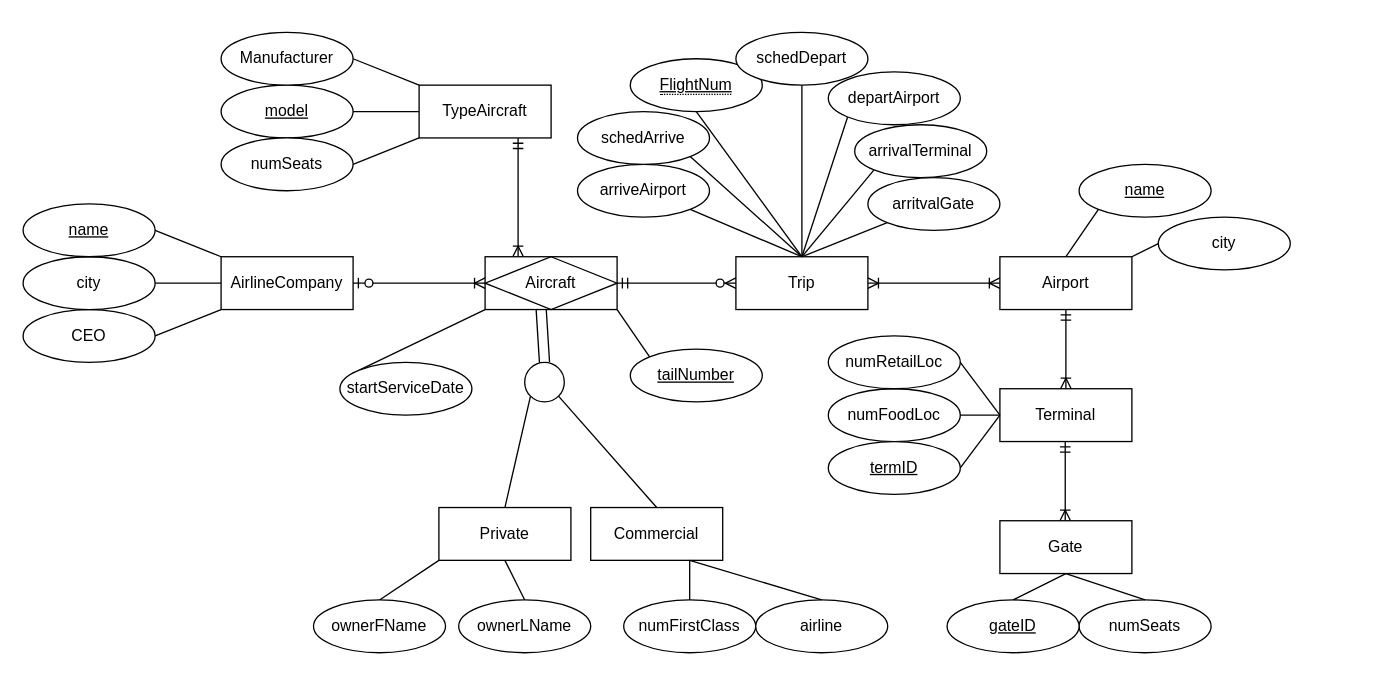
greermp/7212 keeps this draw.io diagram as ERD_IA.drawio. Above is the earlier version. Source tidied: cells renumbered, new cells numbered last; positions are measured from the earlier drawing's top-left corner, leaving out a move shared by most shapes. Both pictures are drawn from the tidied source at 132%, with x=0, y=0 at pixel (22, 32).
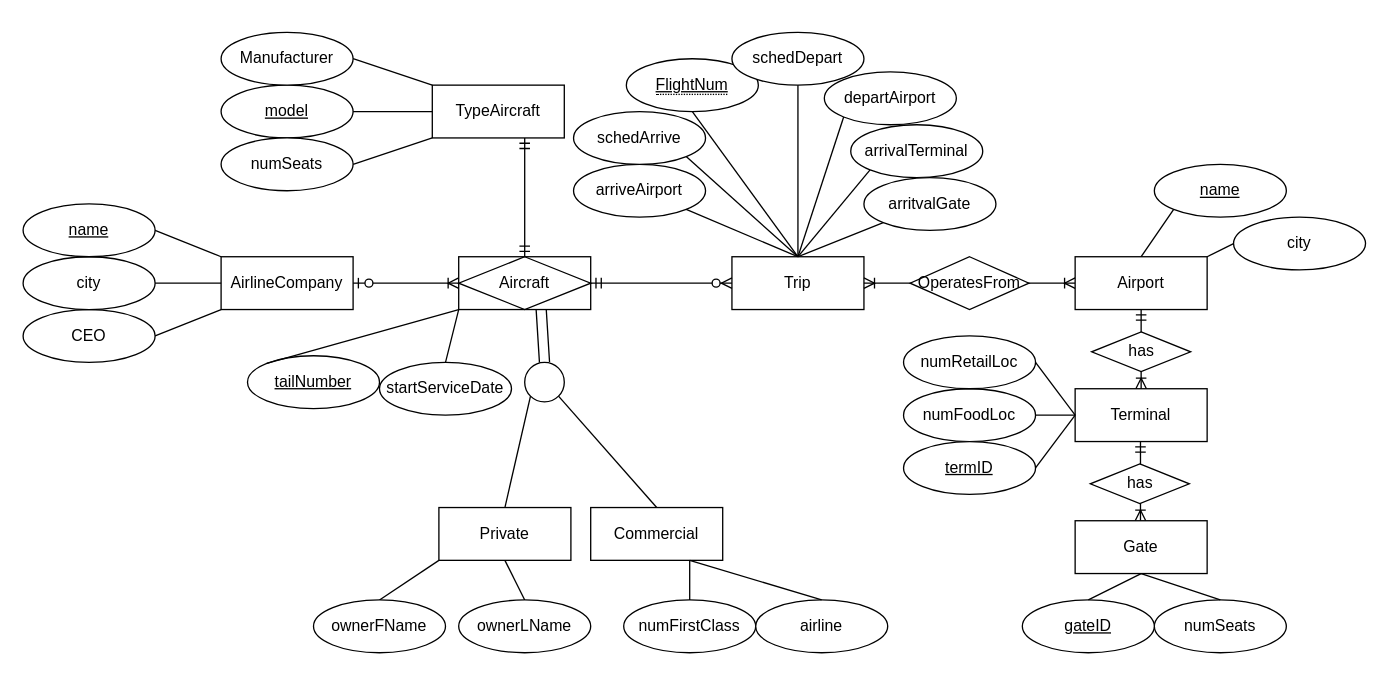
The same page after the edit.

Unchanged cells that the change refers to:
```xml
<mxCell id="25" value="AirlineCompany" style="whiteSpace=wrap;html=1;align=center;" parent="1" vertex="1">
  <mxGeometry x="150" y="170" width="100" height="40" as="geometry" />
</mxCell>
```

Diff of the diagram source:
```diff
@@
     <mxCell id="2" value="&lt;span style=&quot;border-bottom: 1px dotted&quot;&gt;&lt;u&gt;FlightNum&lt;/u&gt;&lt;/span&gt;" style="ellipse;whiteSpace=wrap;html=1;align=center;" parent="1" vertex="1">
-      <mxGeometry x="460" y="20" width="100" height="40" as="geometry" />
+      <mxGeometry x="457" y="20" width="100" height="40" as="geometry" />
     </mxCell>
-    <mxCell id="3" style="endArrow=none;html=1;entryX=0;entryY=1;entryDx=0;entryDy=0;exitX=0;exitY=0;exitDx=0;exitDy=0;" parent="1" edge="1" source="10">
-      <mxGeometry relative="1" as="geometry">
-        <mxPoint x="350" y="210" as="targetPoint" />
-      </mxGeometry>
+    <mxCell id="3" style="endArrow=none;html=1;entryX=0;entryY=1;entryDx=0;entryDy=0;exitX=0.5;exitY=0;exitDx=0;exitDy=0;" parent="1" edge="1" source="10" target="38">
+      <mxGeometry relative="1" as="geometry" />
     </mxCell>
     <mxCell id="4" value="&lt;u&gt;tailNumber&lt;/u&gt;" style="ellipse;whiteSpace=wrap;html=1;align=center;" parent="1" vertex="1">
-      <mxGeometry x="460" y="240" width="100" height="40" as="geometry" />
+      <mxGeometry x="170" y="245" width="100" height="40" as="geometry" />
     </mxCell>
     <mxCell id="5" value="TypeAircraft" style="whiteSpace=wrap;html=1;align=center;" parent="1" vertex="1">
-      <mxGeometry x="300" y="40" width="100" height="40" as="geometry" />
+      <mxGeometry x="310" y="40" width="100" height="40" as="geometry" />
     </mxCell>
@@
     <mxCell id="10" value="&lt;span style=&quot;font-weight: 400&quot;&gt;startServiceDate&lt;/span&gt;" style="ellipse;whiteSpace=wrap;html=1;align=center;fontStyle=1;" parent="1" vertex="1">
-      <mxGeometry x="240" y="250" width="100" height="40" as="geometry" />
+      <mxGeometry x="270" y="250" width="100" height="40" as="geometry" />
     </mxCell>
@@
-    <mxCell id="12" style="fontSize=12;html=1;endArrow=ERoneToMany;startArrow=ERmandOne;exitX=0.75;exitY=1;exitDx=0;exitDy=0;entryX=0.25;entryY=0;entryDx=0;entryDy=0;" parent="1" edge="1" source="5" target="38">
-      <mxGeometry relative="1" as="geometry" />
-    </mxCell>
@@
-    <mxCell id="28" style="fontSize=12;html=1;endArrow=ERoneToMany;startArrow=ERzeroToOne;entryX=0;entryY=0.5;entryDx=0;entryDy=0;exitX=1;exitY=0.5;exitDx=0;exitDy=0;" parent="1" edge="1" source="25">
-      <mxGeometry relative="1" as="geometry">
-        <mxPoint x="350" y="190" as="targetPoint" />
-      </mxGeometry>
+    <mxCell id="28" style="fontSize=12;html=1;endArrow=ERoneToMany;startArrow=ERzeroToOne;entryX=0;entryY=0.5;entryDx=0;entryDy=0;exitX=1;exitY=0.5;exitDx=0;exitDy=0;" parent="1" edge="1" source="25" target="38">
+      <mxGeometry relative="1" as="geometry" />
     </mxCell>
@@
-    <mxCell id="37" style="endArrow=none;html=1;entryX=1;entryY=1;entryDx=0;entryDy=0;exitX=0;exitY=0;exitDx=0;exitDy=0;" parent="1" edge="1" source="4">
-      <mxGeometry relative="1" as="geometry">
-        <mxPoint x="450" y="210" as="targetPoint" />
-      </mxGeometry>
+    <mxCell id="37" style="endArrow=none;html=1;entryX=0;entryY=1;entryDx=0;entryDy=0;exitX=0;exitY=0;exitDx=0;exitDy=0;" parent="1" edge="1" source="4" target="38">
+      <mxGeometry relative="1" as="geometry" />
     </mxCell>
     <mxCell id="38" value="Aircraft" style="shape=associativeEntity;whiteSpace=wrap;html=1;align=center;" parent="1" vertex="1">
-      <mxGeometry x="350" y="170" width="100" height="40" as="geometry" />
+      <mxGeometry x="330" y="170" width="100" height="40" as="geometry" />
     </mxCell>
     <mxCell id="39" value="Trip" style="whiteSpace=wrap;html=1;align=center;" parent="1" vertex="1">
-      <mxGeometry x="540" y="170" width="100" height="40" as="geometry" />
+      <mxGeometry x="537" y="170" width="100" height="40" as="geometry" />
     </mxCell>
@@
     <mxCell id="41" value="&lt;span&gt;departAirport&lt;/span&gt;" style="ellipse;whiteSpace=wrap;html=1;align=center;" parent="1" vertex="1">
-      <mxGeometry x="610" y="30" width="100" height="40" as="geometry" />
+      <mxGeometry x="607" y="30" width="100" height="40" as="geometry" />
     </mxCell>
     <mxCell id="42" value="arriveAirport" style="ellipse;whiteSpace=wrap;html=1;align=center;" parent="1" vertex="1">
-      <mxGeometry x="420" y="100" width="100" height="40" as="geometry" />
+      <mxGeometry x="417" y="100" width="100" height="40" as="geometry" />
     </mxCell>
     <mxCell id="43" style="endArrow=none;html=1;exitX=1;exitY=1;exitDx=0;exitDy=0;" parent="1" edge="1" source="42">
       <mxGeometry relative="1" as="geometry">
-        <mxPoint x="590" y="170" as="targetPoint" />
+        <mxPoint x="587" y="170" as="targetPoint" />
       </mxGeometry>
     </mxCell>
@@
-    <mxCell id="45" style="fontSize=12;html=1;endArrow=ERoneToMany;startArrow=ERoneToMany;exitX=1;exitY=0.5;exitDx=0;exitDy=0;" parent="1" edge="1" source="39">
-      <mxGeometry relative="1" as="geometry">
-        <mxPoint x="740" y="190" as="targetPoint" />
-      </mxGeometry>
+    <mxCell id="45" style="fontSize=12;html=1;endArrow=ERoneToMany;startArrow=ERoneToMany;exitX=1;exitY=0.5;exitDx=0;exitDy=0;entryX=0;entryY=0.5;entryDx=0;entryDy=0;" parent="1" edge="1" source="39" target="46">
+      <mxGeometry relative="1" as="geometry" />
     </mxCell>
     <mxCell id="46" value="Airport" style="whiteSpace=wrap;html=1;align=center;" parent="1" vertex="1">
-      <mxGeometry x="740" y="170" width="100" height="40" as="geometry" />
+      <mxGeometry x="797" y="170" width="100" height="40" as="geometry" />
     </mxCell>
     <mxCell id="47" value="&lt;span&gt;city&lt;/span&gt;" style="ellipse;whiteSpace=wrap;html=1;align=center;" parent="1" vertex="1">
-      <mxGeometry x="860" y="140" width="100" height="40" as="geometry" />
+      <mxGeometry x="917" y="140" width="100" height="40" as="geometry" />
     </mxCell>
     <mxCell id="48" value="&lt;u&gt;name&lt;/u&gt;" style="ellipse;whiteSpace=wrap;html=1;align=center;" parent="1" vertex="1">
-      <mxGeometry x="800" y="100" width="100" height="40" as="geometry" />
+      <mxGeometry x="857" y="100" width="100" height="40" as="geometry" />
     </mxCell>
@@
     <mxCell id="51" value="&lt;span&gt;schedDepart&lt;/span&gt;" style="ellipse;whiteSpace=wrap;html=1;align=center;" parent="1" vertex="1">
-      <mxGeometry x="540" width="100" height="40" as="geometry" />
+      <mxGeometry x="537" width="100" height="40" as="geometry" />
     </mxCell>
     <mxCell id="52" value="&lt;span&gt;schedArrive&lt;/span&gt;" style="ellipse;whiteSpace=wrap;html=1;align=center;" parent="1" vertex="1">
-      <mxGeometry x="420" y="60" width="100" height="40" as="geometry" />
+      <mxGeometry x="417" y="60" width="100" height="40" as="geometry" />
     </mxCell>
     <mxCell id="53" style="endArrow=none;html=1;exitX=1;exitY=1;exitDx=0;exitDy=0;" parent="1" edge="1" source="52">
       <mxGeometry relative="1" as="geometry">
-        <mxPoint x="590" y="170" as="targetPoint" />
+        <mxPoint x="587" y="170" as="targetPoint" />
       </mxGeometry>
     </mxCell>
     <mxCell id="54" style="endArrow=none;html=1;exitX=0.5;exitY=1;exitDx=0;exitDy=0;" parent="1" edge="1" source="51">
       <mxGeometry relative="1" as="geometry">
-        <mxPoint x="590" y="170" as="targetPoint" />
+        <mxPoint x="587" y="170" as="targetPoint" />
       </mxGeometry>
     </mxCell>
     <mxCell id="55" value="Terminal" style="whiteSpace=wrap;html=1;align=center;" parent="1" vertex="1">
-      <mxGeometry x="740" y="270" width="100" height="40" as="geometry" />
+      <mxGeometry x="797" y="270" width="100" height="40" as="geometry" />
     </mxCell>
@@
     <mxCell id="57" value="numFoodLoc" style="ellipse;whiteSpace=wrap;html=1;align=center;" parent="1" vertex="1">
-      <mxGeometry x="610" y="270" width="100" height="40" as="geometry" />
+      <mxGeometry x="667" y="270" width="100" height="40" as="geometry" />
     </mxCell>
     <mxCell id="58" value="numRetailLoc" style="ellipse;whiteSpace=wrap;html=1;align=center;" parent="1" vertex="1">
-      <mxGeometry x="610" y="230" width="100" height="40" as="geometry" />
+      <mxGeometry x="667" y="230" width="100" height="40" as="geometry" />
     </mxCell>
     <mxCell id="59" style="fontSize=12;html=1;endArrow=ERoneToMany;startArrow=ERmandOne;exitX=0.5;exitY=1;exitDx=0;exitDy=0;" parent="1" edge="1">
       <mxGeometry relative="1" as="geometry">
-        <mxPoint x="789.5" y="310" as="sourcePoint" />
-        <mxPoint x="789.5" y="370" as="targetPoint" />
+        <mxPoint x="846.5" y="310" as="sourcePoint" />
+        <mxPoint x="846.5" y="370" as="targetPoint" />
       </mxGeometry>
     </mxCell>
     <mxCell id="60" value="Gate" style="whiteSpace=wrap;html=1;align=center;" parent="1" vertex="1">
-      <mxGeometry x="740" y="370" width="100" height="40" as="geometry" />
+      <mxGeometry x="797" y="370" width="100" height="40" as="geometry" />
     </mxCell>
     <mxCell id="61" value="numSeats" style="ellipse;whiteSpace=wrap;html=1;align=center;" parent="1" vertex="1">
-      <mxGeometry x="800" y="430" width="100" height="40" as="geometry" />
+      <mxGeometry x="857" y="430" width="100" height="40" as="geometry" />
     </mxCell>
@@
     <mxCell id="65" value="&lt;u&gt;termID&lt;/u&gt;" style="ellipse;whiteSpace=wrap;html=1;align=center;" parent="1" vertex="1">
-      <mxGeometry x="610" y="310" width="100" height="40" as="geometry" />
+      <mxGeometry x="667" y="310" width="100" height="40" as="geometry" />
     </mxCell>
@@
     <mxCell id="67" value="&lt;u&gt;gateID&lt;/u&gt;" style="ellipse;whiteSpace=wrap;html=1;align=center;" parent="1" vertex="1">
-      <mxGeometry x="700" y="430" width="100" height="40" as="geometry" />
+      <mxGeometry x="757" y="430" width="100" height="40" as="geometry" />
     </mxCell>
     <mxCell id="68" style="endArrow=none;html=1;exitX=0.5;exitY=0;exitDx=0;exitDy=0;" parent="1" edge="1" source="67">
       <mxGeometry relative="1" as="geometry">
-        <mxPoint x="790" y="410" as="targetPoint" />
+        <mxPoint x="847" y="410" as="targetPoint" />
       </mxGeometry>
     </mxCell>
@@
     <mxCell id="70" value="&lt;span&gt;arrivalTerminal&lt;/span&gt;" style="ellipse;whiteSpace=wrap;html=1;align=center;" parent="1" vertex="1">
-      <mxGeometry x="630" y="70" width="100" height="40" as="geometry" />
+      <mxGeometry x="627" y="70" width="100" height="40" as="geometry" />
     </mxCell>
     <mxCell id="71" value="&lt;span&gt;arritvalGate&lt;/span&gt;" style="ellipse;whiteSpace=wrap;html=1;align=center;" parent="1" vertex="1">
-      <mxGeometry x="640" y="110" width="100" height="40" as="geometry" />
+      <mxGeometry x="637" y="110" width="100" height="40" as="geometry" />
     </mxCell>
     <mxCell id="72" style="endArrow=none;html=1;exitX=0;exitY=1;exitDx=0;exitDy=0;" parent="1" edge="1" source="70">
       <mxGeometry relative="1" as="geometry">
-        <mxPoint x="590" y="170" as="targetPoint" />
+        <mxPoint x="587" y="170" as="targetPoint" />
       </mxGeometry>
     </mxCell>
@@
+    <mxCell id="74" style="fontSize=12;html=1;endArrow=ERmandOne;startArrow=ERmandOne;exitX=0.5;exitY=0;exitDx=0;exitDy=0;" parent="1" edge="1" source="38">
+      <mxGeometry relative="1" as="geometry">
+        <mxPoint x="380" y="80" as="targetPoint" />
+      </mxGeometry>
+    </mxCell>
+    <mxCell id="75" value="OperatesFrom" style="shape=rhombus;perimeter=rhombusPerimeter;whiteSpace=wrap;html=1;align=center;" parent="1" vertex="1">
+      <mxGeometry x="672" y="170" width="90" height="40" as="geometry" />
+    </mxCell>
+    <mxCell id="76" value="has" style="shape=rhombus;perimeter=rhombusPerimeter;whiteSpace=wrap;html=1;align=center;" parent="1" vertex="1">
+      <mxGeometry x="809.5" y="227" width="75" height="30" as="geometry" />
+    </mxCell>
+    <mxCell id="77" value="has" style="shape=rhombus;perimeter=rhombusPerimeter;whiteSpace=wrap;html=1;align=center;" parent="1" vertex="1">
+      <mxGeometry x="808.5" y="327" width="75" height="30" as="geometry" />
+    </mxCell>
```
